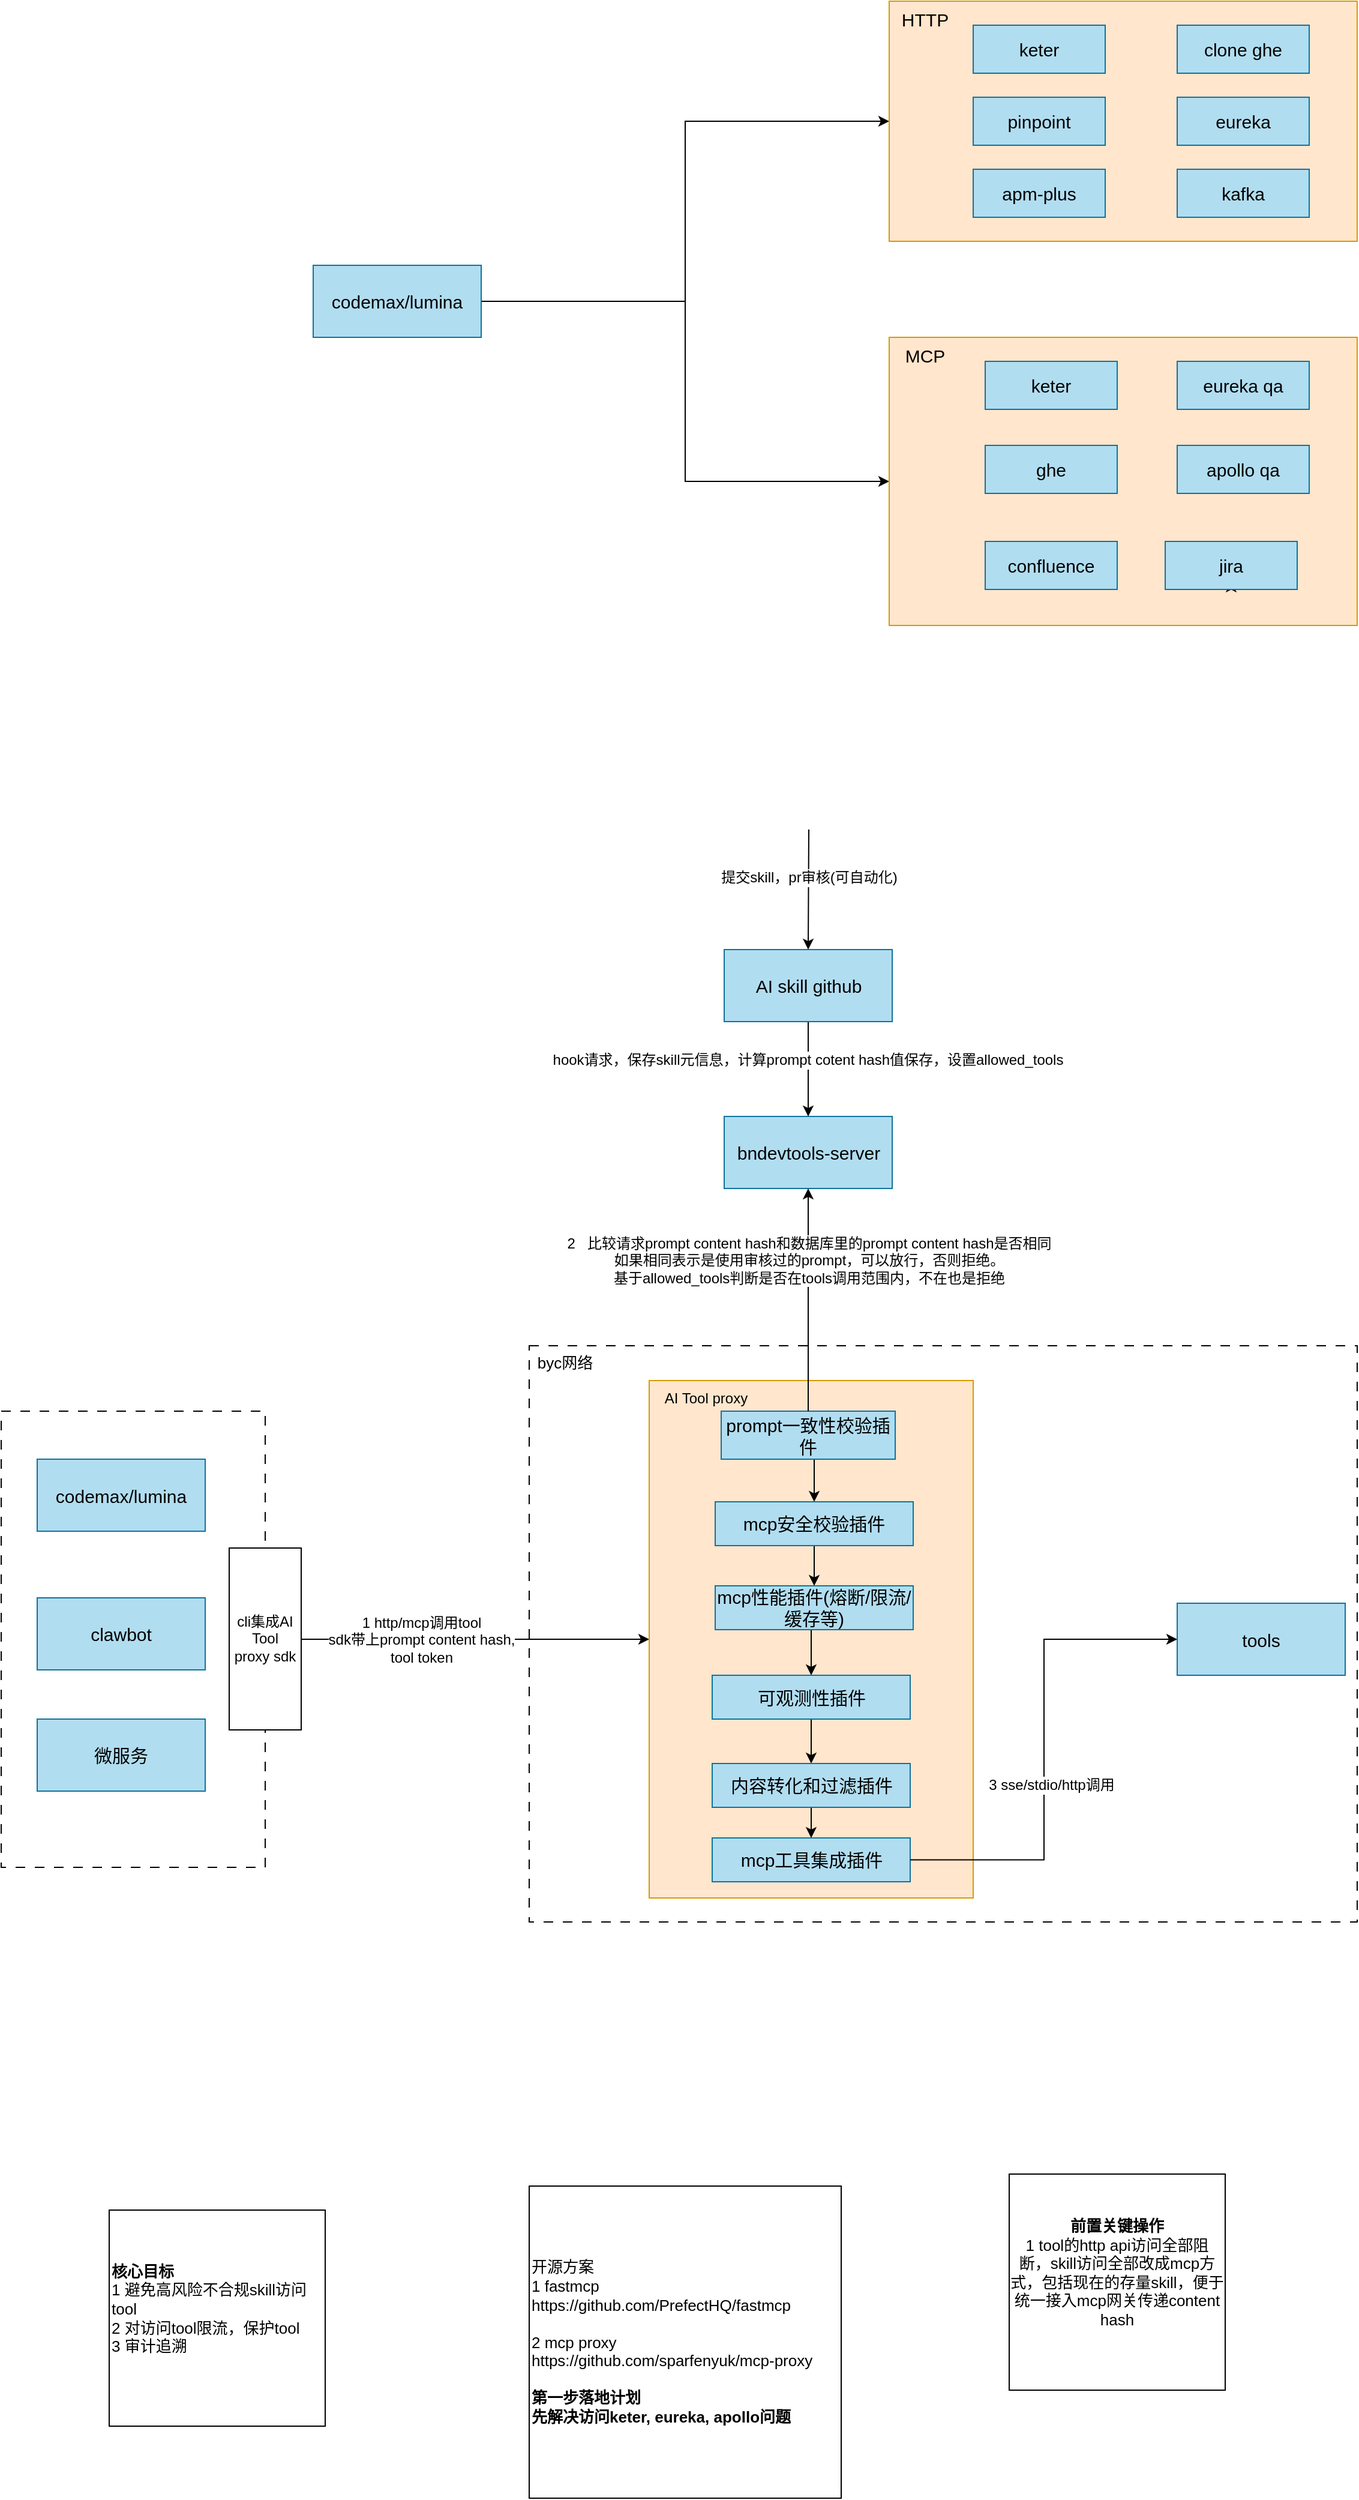
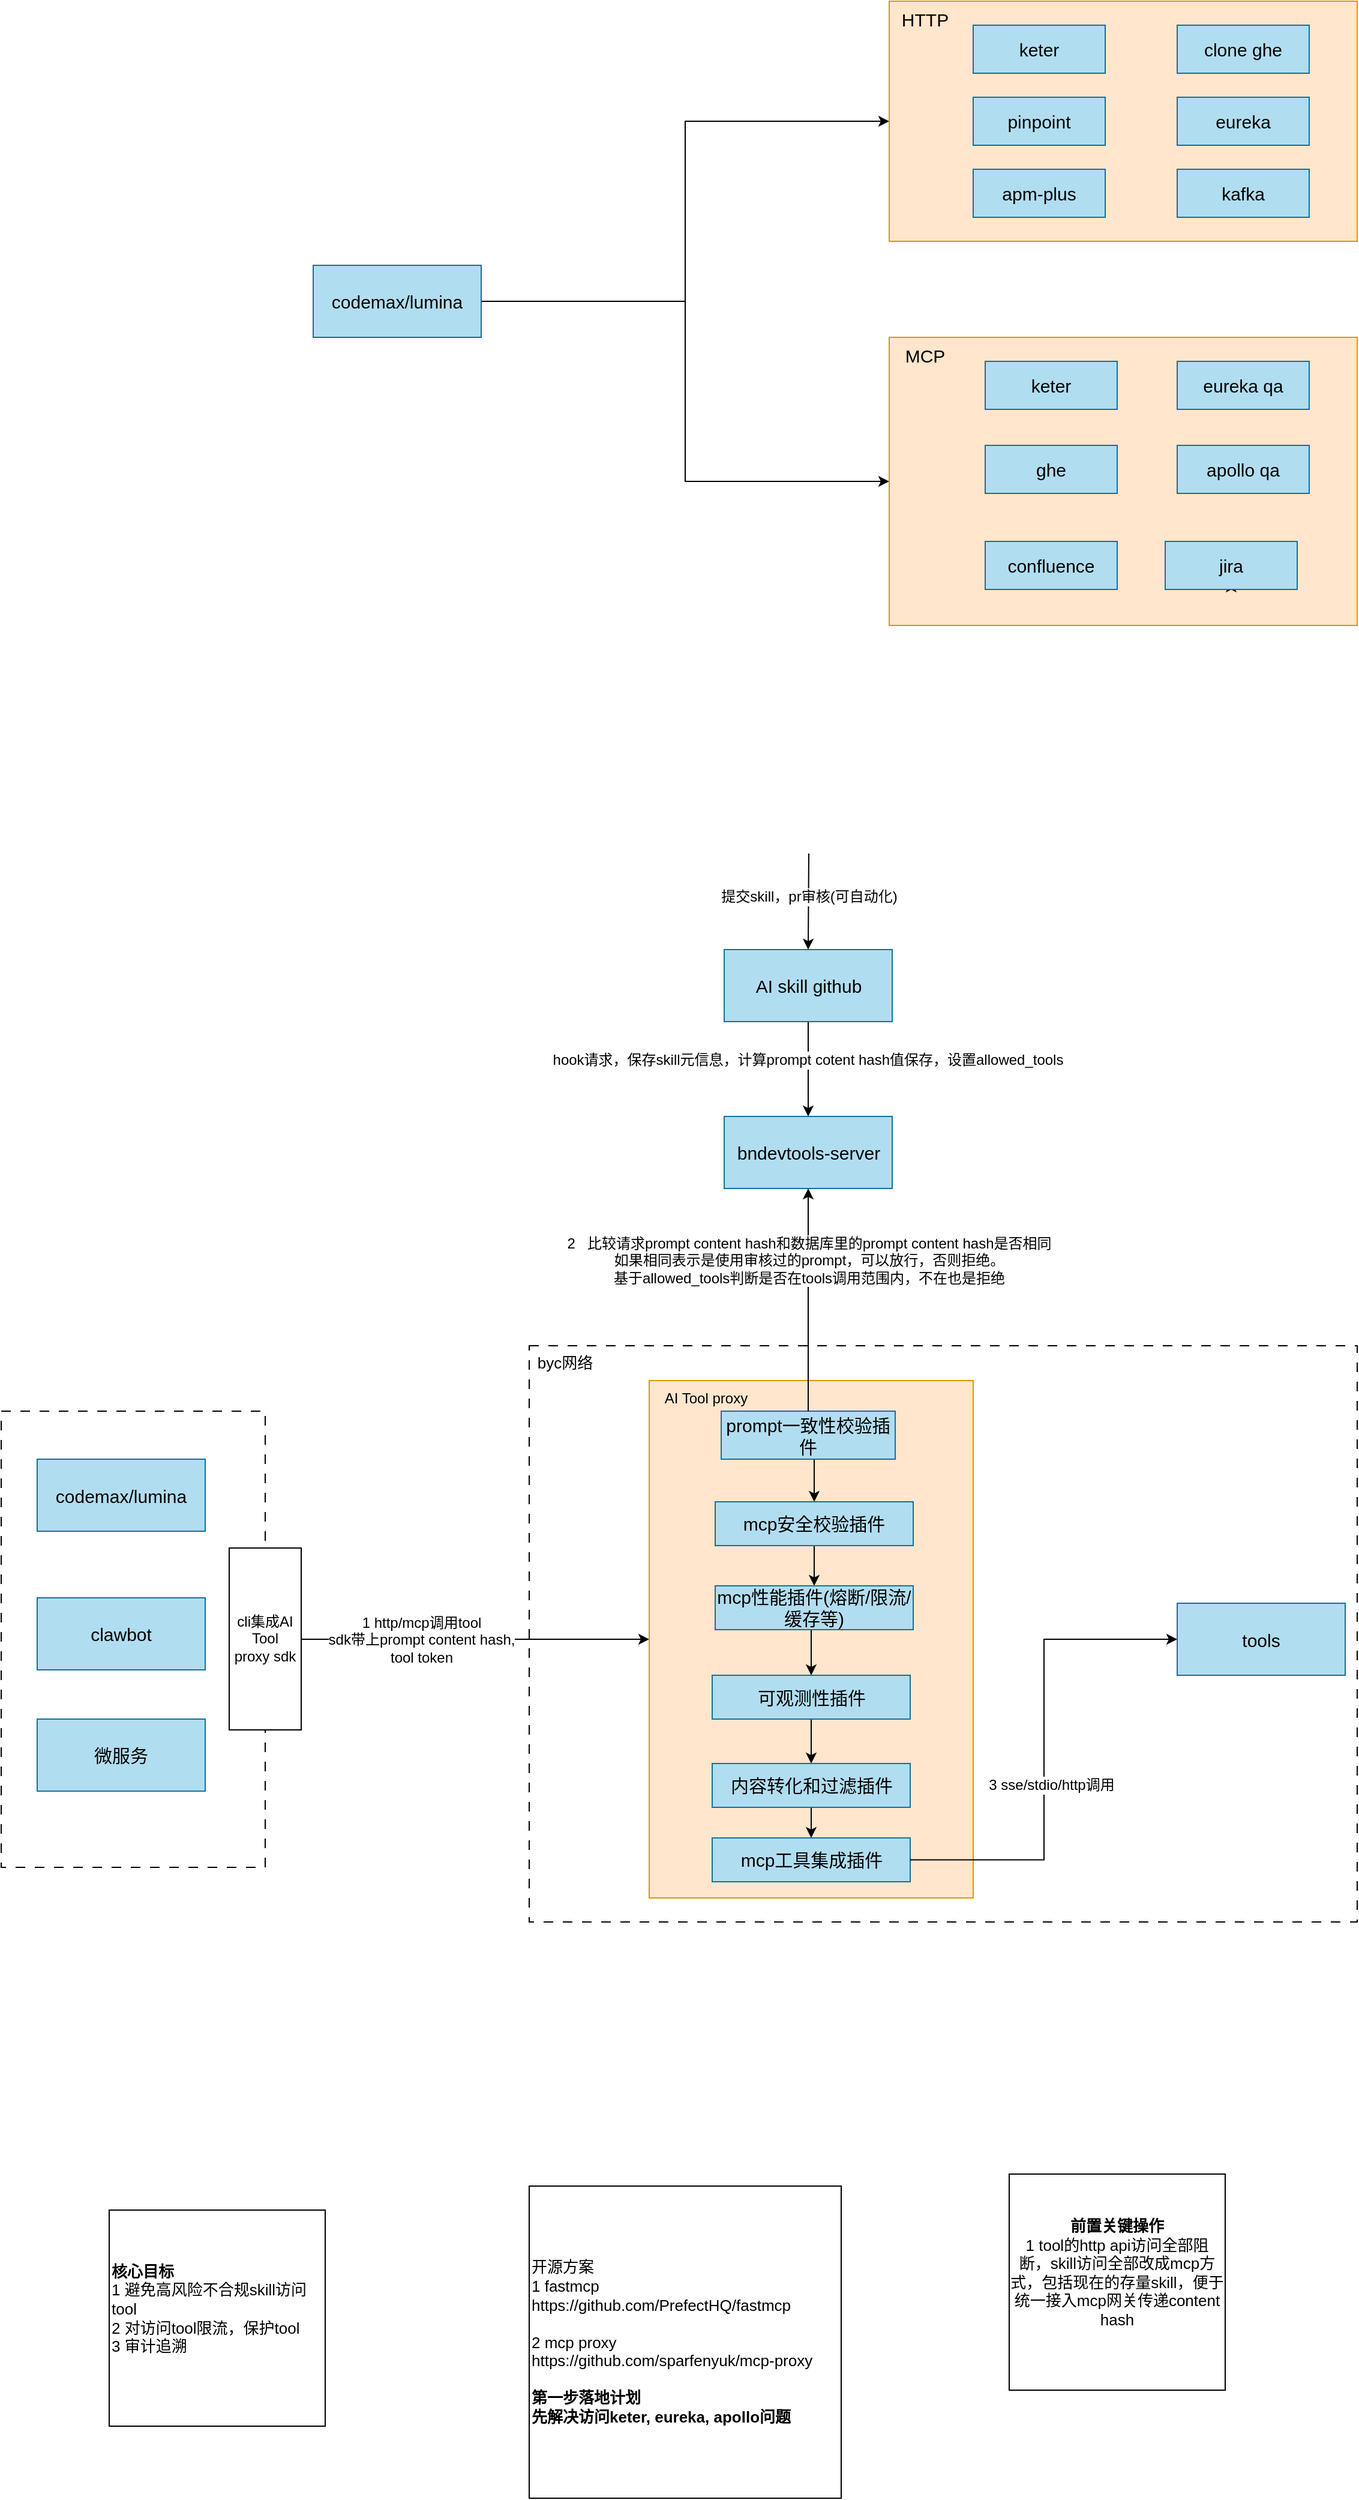
<mxfile host="app.diagrams.net">
  <diagram name="第 1 页" id="SjWv9siGEQ1Xg4HLWJG1">
-     <mxGraphModel dx="1225" dy="764" grid="1" gridSize="10" guides="1" tooltips="1" connect="1" arrows="1" fold="1" page="1" pageScale="1" pageWidth="3300" pageHeight="2339" math="0" shadow="0">
+     <mxGraphModel dx="1279" dy="764" grid="1" gridSize="10" guides="1" tooltips="1" connect="1" arrows="1" fold="1" page="1" pageScale="1" pageWidth="3300" pageHeight="2339" math="0" shadow="0">
      <root>
        <mxCell id="0" />
        <mxCell id="1" parent="0" />
        <mxCell id="9f-pUrffFf56pktWLO4p-52" parent="1" style="rounded=0;whiteSpace=wrap;html=1;dashed=1;dashPattern=8 8;" value="" vertex="1">
          <mxGeometry height="480" width="690" x="530" y="1170" as="geometry" />
        </mxCell>
        <mxCell id="9f-pUrffFf56pktWLO4p-34" edge="1" parent="1" source="9f-pUrffFf56pktWLO4p-31" style="edgeStyle=orthogonalEdgeStyle;rounded=0;orthogonalLoop=1;jettySize=auto;html=1;exitX=1;exitY=0.5;exitDx=0;exitDy=0;entryX=0;entryY=0.5;entryDx=0;entryDy=0;" target="9f-pUrffFf56pktWLO4p-25">
          <mxGeometry relative="1" as="geometry" />
        </mxCell>
        <mxCell id="9f-pUrffFf56pktWLO4p-35" connectable="0" parent="9f-pUrffFf56pktWLO4p-34" style="edgeLabel;html=1;align=center;verticalAlign=middle;resizable=0;points=[];fontSize=12;" value="1 http/mcp调用tool&lt;div&gt;sdk带上prompt content hash,&lt;/div&gt;&lt;div&gt;tool token&lt;/div&gt;" vertex="1">
          <mxGeometry relative="1" x="-0.3304" y="2" as="geometry">
            <mxPoint x="23" y="2" as="offset" />
          </mxGeometry>
        </mxCell>
        <mxCell id="9f-pUrffFf56pktWLO4p-31" parent="1" style="rounded=0;whiteSpace=wrap;html=1;dashed=1;dashPattern=8 8;" value="" vertex="1">
          <mxGeometry height="380" width="220" x="90" y="1224.5" as="geometry" />
        </mxCell>
        <mxCell id="9f-pUrffFf56pktWLO4p-46" edge="1" parent="1" source="9f-pUrffFf56pktWLO4p-2" style="edgeStyle=orthogonalEdgeStyle;rounded=0;orthogonalLoop=1;jettySize=auto;html=1;exitX=1;exitY=0.5;exitDx=0;exitDy=0;entryX=0;entryY=0.5;entryDx=0;entryDy=0;" target="9f-pUrffFf56pktWLO4p-4">
          <mxGeometry relative="1" as="geometry" />
        </mxCell>
        <mxCell id="9f-pUrffFf56pktWLO4p-47" edge="1" parent="1" source="9f-pUrffFf56pktWLO4p-2" style="edgeStyle=orthogonalEdgeStyle;rounded=0;orthogonalLoop=1;jettySize=auto;html=1;exitX=1;exitY=0.5;exitDx=0;exitDy=0;entryX=0;entryY=0.5;entryDx=0;entryDy=0;" target="9f-pUrffFf56pktWLO4p-7">
          <mxGeometry relative="1" as="geometry" />
        </mxCell>
        <mxCell id="9f-pUrffFf56pktWLO4p-2" parent="1" style="rounded=0;whiteSpace=wrap;html=1;fillColor=#b1ddf0;strokeColor=#10739e;fontSize=15;" value="codemax/lumina" vertex="1">
          <mxGeometry height="60" width="140" x="350" y="270" as="geometry" />
        </mxCell>
        <mxCell id="9f-pUrffFf56pktWLO4p-4" parent="1" style="rounded=0;whiteSpace=wrap;html=1;fillColor=#ffe6cc;strokeColor=#d79b00;fontSize=15;" value="" vertex="1">
          <mxGeometry height="200" width="390" x="830" y="50" as="geometry" />
        </mxCell>
        <mxCell id="9f-pUrffFf56pktWLO4p-6" parent="1" style="text;html=1;whiteSpace=wrap;strokeColor=none;fillColor=none;align=center;verticalAlign=middle;rounded=0;fontSize=15;" value="HTTP" vertex="1">
          <mxGeometry height="30" width="60" x="830" y="50" as="geometry" />
        </mxCell>
        <mxCell id="9f-pUrffFf56pktWLO4p-7" parent="1" style="rounded=0;whiteSpace=wrap;html=1;fillColor=#ffe6cc;strokeColor=#d79b00;fontSize=15;" value="" vertex="1">
          <mxGeometry height="240" width="390" x="830" y="330" as="geometry" />
        </mxCell>
        <mxCell id="9f-pUrffFf56pktWLO4p-8" edge="1" parent="1" source="9f-pUrffFf56pktWLO4p-9" style="edgeStyle=orthogonalEdgeStyle;rounded=0;orthogonalLoop=1;jettySize=auto;html=1;exitX=0.5;exitY=1;exitDx=0;exitDy=0;entryX=0.5;entryY=0.833;entryDx=0;entryDy=0;entryPerimeter=0;" target="9f-pUrffFf56pktWLO4p-9">
          <mxGeometry relative="1" as="geometry" />
        </mxCell>
        <mxCell id="9f-pUrffFf56pktWLO4p-9" parent="1" style="rounded=0;whiteSpace=wrap;html=1;fillColor=#b1ddf0;strokeColor=#10739e;fontSize=15;" value="jira" vertex="1">
          <mxGeometry height="40" width="110" x="1060" y="500" as="geometry" />
        </mxCell>
        <mxCell id="9f-pUrffFf56pktWLO4p-10" parent="1" style="text;html=1;whiteSpace=wrap;strokeColor=none;fillColor=none;align=center;verticalAlign=middle;rounded=0;fontSize=15;" value="MCP" vertex="1">
          <mxGeometry height="30" width="60" x="830" y="330" as="geometry" />
        </mxCell>
        <mxCell id="9f-pUrffFf56pktWLO4p-11" parent="1" style="rounded=0;whiteSpace=wrap;html=1;fillColor=#b1ddf0;strokeColor=#10739e;fontSize=15;" value="ghe" vertex="1">
          <mxGeometry height="40" width="110" x="910" y="420" as="geometry" />
        </mxCell>
        <mxCell id="9f-pUrffFf56pktWLO4p-12" parent="1" style="rounded=0;whiteSpace=wrap;html=1;fillColor=#b1ddf0;strokeColor=#10739e;fontSize=15;" value="confluence" vertex="1">
          <mxGeometry height="40" width="110" x="910" y="500" as="geometry" />
        </mxCell>
        <mxCell id="9f-pUrffFf56pktWLO4p-13" parent="1" style="rounded=0;whiteSpace=wrap;html=1;fillColor=#b1ddf0;strokeColor=#10739e;fontSize=15;" value="keter" vertex="1">
          <mxGeometry height="40" width="110" x="900" y="70" as="geometry" />
        </mxCell>
        <mxCell id="9f-pUrffFf56pktWLO4p-14" parent="1" style="rounded=0;whiteSpace=wrap;html=1;fillColor=#b1ddf0;strokeColor=#10739e;fontSize=15;" value="clone ghe" vertex="1">
          <mxGeometry height="40" width="110" x="1070" y="70" as="geometry" />
        </mxCell>
        <mxCell id="9f-pUrffFf56pktWLO4p-15" parent="1" style="rounded=0;whiteSpace=wrap;html=1;fillColor=#b1ddf0;strokeColor=#10739e;fontSize=15;" value="keter" vertex="1">
          <mxGeometry height="40" width="110" x="910" y="350" as="geometry" />
        </mxCell>
        <mxCell id="9f-pUrffFf56pktWLO4p-16" parent="1" style="rounded=0;whiteSpace=wrap;html=1;fillColor=#b1ddf0;strokeColor=#10739e;fontSize=15;" value="pinpoint" vertex="1">
          <mxGeometry height="40" width="110" x="900" y="130" as="geometry" />
        </mxCell>
        <mxCell id="9f-pUrffFf56pktWLO4p-17" parent="1" style="rounded=0;whiteSpace=wrap;html=1;fillColor=#b1ddf0;strokeColor=#10739e;fontSize=15;" value="eureka" vertex="1">
          <mxGeometry height="40" width="110" x="1070" y="130" as="geometry" />
        </mxCell>
        <mxCell id="9f-pUrffFf56pktWLO4p-18" parent="1" style="rounded=0;whiteSpace=wrap;html=1;fillColor=#b1ddf0;strokeColor=#10739e;fontSize=15;" value="apm-plus" vertex="1">
          <mxGeometry height="40" width="110" x="900" y="190" as="geometry" />
        </mxCell>
        <mxCell id="9f-pUrffFf56pktWLO4p-19" parent="1" style="rounded=0;whiteSpace=wrap;html=1;fillColor=#b1ddf0;strokeColor=#10739e;fontSize=15;" value="kafka" vertex="1">
          <mxGeometry height="40" width="110" x="1070" y="190" as="geometry" />
        </mxCell>
        <mxCell id="9f-pUrffFf56pktWLO4p-20" parent="1" style="rounded=0;whiteSpace=wrap;html=1;fillColor=#b1ddf0;strokeColor=#10739e;fontSize=15;" value="eureka qa" vertex="1">
          <mxGeometry height="40" width="110" x="1070" y="350" as="geometry" />
        </mxCell>
        <mxCell id="9f-pUrffFf56pktWLO4p-21" parent="1" style="rounded=0;whiteSpace=wrap;html=1;fillColor=#b1ddf0;strokeColor=#10739e;fontSize=15;" value="apollo qa" vertex="1">
          <mxGeometry height="40" width="110" x="1070" y="420" as="geometry" />
        </mxCell>
        <mxCell id="9f-pUrffFf56pktWLO4p-22" parent="1" style="rounded=0;whiteSpace=wrap;html=1;fillColor=#b1ddf0;strokeColor=#10739e;fontSize=15;" value="codemax/lumina" vertex="1">
          <mxGeometry height="60" width="140" x="120" y="1264.5" as="geometry" />
        </mxCell>
        <mxCell id="9f-pUrffFf56pktWLO4p-23" parent="1" style="rounded=0;whiteSpace=wrap;html=1;fillColor=#b1ddf0;strokeColor=#10739e;fontSize=15;" value="clawbot" vertex="1">
          <mxGeometry height="60" width="140" x="120" y="1380" as="geometry" />
        </mxCell>
        <mxCell id="9f-pUrffFf56pktWLO4p-24" parent="1" style="rounded=0;whiteSpace=wrap;html=1;fillColor=#b1ddf0;strokeColor=#10739e;fontSize=15;" value="微服务" vertex="1">
          <mxGeometry height="60" width="140" x="120" y="1481" as="geometry" />
        </mxCell>
        <mxCell id="9f-pUrffFf56pktWLO4p-25" parent="1" style="rounded=0;whiteSpace=wrap;html=1;fillColor=#ffe6cc;strokeColor=#d79b00;fontSize=15;" value="" vertex="1">
          <mxGeometry height="431" width="270" x="630" y="1199" as="geometry" />
        </mxCell>
        <mxCell id="9f-pUrffFf56pktWLO4p-26" parent="1" style="rounded=0;whiteSpace=wrap;html=1;fillColor=#b1ddf0;strokeColor=#10739e;fontSize=15;" value="tools" vertex="1">
          <mxGeometry height="60" width="140" x="1070" y="1384.5" as="geometry" />
        </mxCell>
        <mxCell id="9f-pUrffFf56pktWLO4p-29" edge="1" parent="1" source="9f-pUrffFf56pktWLO4p-27" style="edgeStyle=orthogonalEdgeStyle;rounded=0;orthogonalLoop=1;jettySize=auto;html=1;exitX=0.5;exitY=1;exitDx=0;exitDy=0;" target="9f-pUrffFf56pktWLO4p-28">
          <mxGeometry relative="1" as="geometry" />
        </mxCell>
        <mxCell id="9f-pUrffFf56pktWLO4p-30" connectable="0" parent="9f-pUrffFf56pktWLO4p-29" style="edgeLabel;html=1;align=center;verticalAlign=middle;resizable=0;points=[];fontSize=12;" value="hook请求，保存skill元信息，计算prompt cotent hash值保存，设置allowed_tools" vertex="1">
          <mxGeometry relative="1" x="-0.2" y="-1" as="geometry">
            <mxPoint as="offset" />
          </mxGeometry>
        </mxCell>
        <mxCell id="9f-pUrffFf56pktWLO4p-27" parent="1" style="rounded=0;whiteSpace=wrap;html=1;fillColor=#b1ddf0;strokeColor=#10739e;fontSize=15;" value="AI skill github" vertex="1">
          <mxGeometry height="60" width="140" x="692.5" y="840" as="geometry" />
        </mxCell>
        <mxCell id="9f-pUrffFf56pktWLO4p-28" parent="1" style="rounded=0;whiteSpace=wrap;html=1;fillColor=#b1ddf0;strokeColor=#10739e;fontSize=15;" value="bndevtools-server" vertex="1">
          <mxGeometry height="60" width="140" x="692.5" y="979" as="geometry" />
        </mxCell>
        <mxCell id="9f-pUrffFf56pktWLO4p-44" parent="1" style="whiteSpace=wrap;html=1;aspect=fixed;fontSize=13;" value="&lt;b&gt;前置关键操作&lt;br&gt;&lt;/b&gt;1 tool的http api访问全部阻断，skill访问全部改成mcp方式，包括现在的存量skill，便于统一接入mcp网关传递content hash&lt;div&gt;&lt;br&gt;&lt;/div&gt;" vertex="1">
          <mxGeometry height="180" width="180" x="930" y="1860" as="geometry" />
        </mxCell>
        <mxCell id="9f-pUrffFf56pktWLO4p-45" parent="1" style="rounded=0;whiteSpace=wrap;html=1;" value="cli集成AI Tool proxy&amp;nbsp;sdk" vertex="1">
          <mxGeometry height="151.5" width="60" x="280" y="1338.5" as="geometry" />
        </mxCell>
        <mxCell id="9f-pUrffFf56pktWLO4p-48" parent="1" style="whiteSpace=wrap;html=1;aspect=fixed;align=left;fontSize=13;" value="&lt;b&gt;核心目标&lt;br&gt;&lt;/b&gt;1 避免高风险不合规skill访问tool&lt;div&gt;2 对访问tool限流，保护tool&lt;/div&gt;&lt;div&gt;3 审计追溯&lt;br&gt;&lt;div&gt;&lt;br&gt;&lt;/div&gt;&lt;/div&gt;" vertex="1">
          <mxGeometry height="180" width="180" x="180" y="1890" as="geometry" />
        </mxCell>
        <mxCell id="9f-pUrffFf56pktWLO4p-51" parent="1" style="whiteSpace=wrap;html=1;aspect=fixed;fontSize=13;align=left;" value="开源方案&lt;br&gt;&lt;div&gt;1 fastmcp&amp;nbsp;&lt;/div&gt;&lt;div&gt;https://github.com/PrefectHQ/fastmcp&lt;/div&gt;&lt;div&gt;&lt;br&gt;&lt;/div&gt;&lt;div&gt;2 mcp proxy&amp;nbsp;&lt;/div&gt;&lt;div&gt;https://github.com/sparfenyuk/mcp-proxy&lt;/div&gt;&lt;div&gt;&lt;br&gt;&lt;/div&gt;&lt;div style=&quot;&quot;&gt;&lt;b&gt;第一步落地计划&lt;/b&gt;&lt;/div&gt;&lt;div style=&quot;&quot;&gt;&lt;b&gt;先解决访问keter, eureka, apollo问题&lt;/b&gt;&lt;/div&gt;" vertex="1">
          <mxGeometry height="260" width="260" x="530" y="1870" as="geometry" />
        </mxCell>
        <mxCell id="9f-pUrffFf56pktWLO4p-53" parent="1" style="text;html=1;whiteSpace=wrap;strokeColor=none;fillColor=none;align=center;verticalAlign=middle;rounded=0;fontSize=13;" value="byc网络" vertex="1">
          <mxGeometry height="30" width="60" x="530" y="1169" as="geometry" />
        </mxCell>
        <mxCell id="9f-pUrffFf56pktWLO4p-55" parent="1" style="text;html=1;whiteSpace=wrap;strokeColor=none;fillColor=none;align=center;verticalAlign=middle;rounded=0;" value="AI Tool proxy" vertex="1">
          <mxGeometry height="30" width="95" x="630" y="1199" as="geometry" />
        </mxCell>
        <mxCell id="9f-pUrffFf56pktWLO4p-62" edge="1" parent="1" source="9f-pUrffFf56pktWLO4p-56" style="edgeStyle=orthogonalEdgeStyle;rounded=0;orthogonalLoop=1;jettySize=auto;html=1;exitX=0.5;exitY=1;exitDx=0;exitDy=0;entryX=0.5;entryY=0;entryDx=0;entryDy=0;" target="9f-pUrffFf56pktWLO4p-57">
          <mxGeometry relative="1" as="geometry" />
        </mxCell>
        <mxCell id="9f-pUrffFf56pktWLO4p-56" parent="1" style="rounded=0;whiteSpace=wrap;html=1;fillColor=#b1ddf0;strokeColor=#10739e;fontSize=15;" value="prompt一致性校验插件" vertex="1">
          <mxGeometry height="40" width="145" x="690" y="1224.5" as="geometry" />
        </mxCell>
        <mxCell id="9f-pUrffFf56pktWLO4p-63" edge="1" parent="1" source="9f-pUrffFf56pktWLO4p-57" style="edgeStyle=orthogonalEdgeStyle;rounded=0;orthogonalLoop=1;jettySize=auto;html=1;exitX=0.5;exitY=1;exitDx=0;exitDy=0;entryX=0.5;entryY=0;entryDx=0;entryDy=0;" target="9f-pUrffFf56pktWLO4p-58">
          <mxGeometry relative="1" as="geometry" />
        </mxCell>
        <mxCell id="9f-pUrffFf56pktWLO4p-57" parent="1" style="rounded=0;whiteSpace=wrap;html=1;fillColor=#b1ddf0;strokeColor=#10739e;fontSize=15;" value="mcp安全校验插件" vertex="1">
          <mxGeometry height="36.5" width="165" x="685" y="1300" as="geometry" />
        </mxCell>
        <mxCell id="9f-pUrffFf56pktWLO4p-64" edge="1" parent="1" source="9f-pUrffFf56pktWLO4p-58" style="edgeStyle=orthogonalEdgeStyle;rounded=0;orthogonalLoop=1;jettySize=auto;html=1;exitX=0.5;exitY=1;exitDx=0;exitDy=0;entryX=0.5;entryY=0;entryDx=0;entryDy=0;" target="9f-pUrffFf56pktWLO4p-59">
          <mxGeometry relative="1" as="geometry" />
        </mxCell>
        <mxCell id="9f-pUrffFf56pktWLO4p-58" parent="1" style="rounded=0;whiteSpace=wrap;html=1;fillColor=#b1ddf0;strokeColor=#10739e;fontSize=15;" value="mcp性能插件(熔断/限流/缓存等)" vertex="1">
          <mxGeometry height="36.5" width="165" x="685" y="1370" as="geometry" />
        </mxCell>
        <mxCell id="9f-pUrffFf56pktWLO4p-65" edge="1" parent="1" source="9f-pUrffFf56pktWLO4p-59" style="edgeStyle=orthogonalEdgeStyle;rounded=0;orthogonalLoop=1;jettySize=auto;html=1;exitX=0.5;exitY=1;exitDx=0;exitDy=0;entryX=0.5;entryY=0;entryDx=0;entryDy=0;" target="9f-pUrffFf56pktWLO4p-60">
          <mxGeometry relative="1" as="geometry" />
        </mxCell>
        <mxCell id="9f-pUrffFf56pktWLO4p-59" parent="1" style="rounded=0;whiteSpace=wrap;html=1;fillColor=#b1ddf0;strokeColor=#10739e;fontSize=15;" value="可观测性插件" vertex="1">
          <mxGeometry height="36.5" width="165" x="682.5" y="1444.5" as="geometry" />
        </mxCell>
        <mxCell id="9f-pUrffFf56pktWLO4p-66" edge="1" parent="1" source="9f-pUrffFf56pktWLO4p-60" style="edgeStyle=orthogonalEdgeStyle;rounded=0;orthogonalLoop=1;jettySize=auto;html=1;exitX=0.5;exitY=1;exitDx=0;exitDy=0;entryX=0.5;entryY=0;entryDx=0;entryDy=0;" target="9f-pUrffFf56pktWLO4p-61">
          <mxGeometry relative="1" as="geometry" />
        </mxCell>
        <mxCell id="9f-pUrffFf56pktWLO4p-60" parent="1" style="rounded=0;whiteSpace=wrap;html=1;fillColor=#b1ddf0;strokeColor=#10739e;fontSize=15;" value="内容转化和过滤插件" vertex="1">
          <mxGeometry height="36.5" width="165" x="682.5" y="1518" as="geometry" />
        </mxCell>
        <mxCell id="9f-pUrffFf56pktWLO4p-61" parent="1" style="rounded=0;whiteSpace=wrap;html=1;fillColor=#b1ddf0;strokeColor=#10739e;fontSize=15;" value="mcp工具集成插件" vertex="1">
          <mxGeometry height="36.5" width="165" x="682.5" y="1580" as="geometry" />
        </mxCell>
        <mxCell id="9f-pUrffFf56pktWLO4p-42" edge="1" parent="1" source="9f-pUrffFf56pktWLO4p-61" style="edgeStyle=orthogonalEdgeStyle;rounded=0;orthogonalLoop=1;jettySize=auto;html=1;entryX=0;entryY=0.5;entryDx=0;entryDy=0;exitX=1;exitY=0.5;exitDx=0;exitDy=0;" target="9f-pUrffFf56pktWLO4p-26">
          <mxGeometry relative="1" as="geometry">
            <Array as="points">
              <mxPoint x="959" y="1598" />
              <mxPoint x="959" y="1415" />
            </Array>
            <mxPoint x="900" y="1415" as="sourcePoint" />
          </mxGeometry>
        </mxCell>
        <mxCell id="9f-pUrffFf56pktWLO4p-43" connectable="0" parent="9f-pUrffFf56pktWLO4p-42" style="edgeLabel;html=1;align=center;verticalAlign=middle;resizable=0;points=[];fontSize=12;" value="3 sse/stdio/http调用" vertex="1">
          <mxGeometry relative="1" x="-0.1417" as="geometry">
            <mxPoint x="6" as="offset" />
          </mxGeometry>
        </mxCell>
        <mxCell id="9f-pUrffFf56pktWLO4p-37" edge="1" parent="1" source="9f-pUrffFf56pktWLO4p-56" style="edgeStyle=orthogonalEdgeStyle;rounded=0;orthogonalLoop=1;jettySize=auto;html=1;exitX=0.5;exitY=0;exitDx=0;exitDy=0;" target="9f-pUrffFf56pktWLO4p-28">
          <mxGeometry relative="1" as="geometry" />
        </mxCell>
        <mxCell id="9f-pUrffFf56pktWLO4p-38" connectable="0" parent="9f-pUrffFf56pktWLO4p-37" style="edgeLabel;html=1;align=center;verticalAlign=middle;resizable=0;points=[];fontSize=12;" value="2&amp;nbsp; &amp;nbsp;比较请求prompt content hash和数据库里的prompt content hash是否相同&lt;div&gt;如果相同表示是使用审核过的prompt，可以放行，否则拒绝。&lt;/div&gt;&lt;div&gt;基于&lt;span style=&quot;background-color: light-dark(#ffffff, var(--ge-dark-color, #121212)); color: light-dark(rgb(0, 0, 0), rgb(255, 255, 255));&quot;&gt;allowed_tools判断是否在tools调用范围内，不在也是拒绝&lt;/span&gt;&lt;/div&gt;" vertex="1">
          <mxGeometry relative="1" x="0.175" y="-3" as="geometry">
            <mxPoint x="-3" y="-17" as="offset" />
          </mxGeometry>
        </mxCell>
        <mxCell id="9f-pUrffFf56pktWLO4p-67" edge="1" parent="1" style="endArrow=classic;html=1;rounded=0;entryX=0.5;entryY=0;entryDx=0;entryDy=0;" target="9f-pUrffFf56pktWLO4p-27" value="">
          <mxGeometry height="50" relative="1" width="50" as="geometry">
-             <mxPoint x="763" y="740" as="sourcePoint" />
+             <mxPoint x="763" y="760" as="sourcePoint" />
            <mxPoint x="760" y="690" as="targetPoint" />
          </mxGeometry>
        </mxCell>
        <mxCell id="9f-pUrffFf56pktWLO4p-68" connectable="0" parent="9f-pUrffFf56pktWLO4p-67" style="edgeLabel;html=1;align=center;verticalAlign=middle;resizable=0;points=[];" value="&lt;span style=&quot;font-size: 12px;&quot;&gt;提交skill，pr审核(可自动化)&lt;/span&gt;" vertex="1">
          <mxGeometry relative="1" x="-0.5398" y="-2" as="geometry">
            <mxPoint x="2" y="17" as="offset" />
          </mxGeometry>
        </mxCell>
      </root>
    </mxGraphModel>
  </diagram>
</mxfile>
